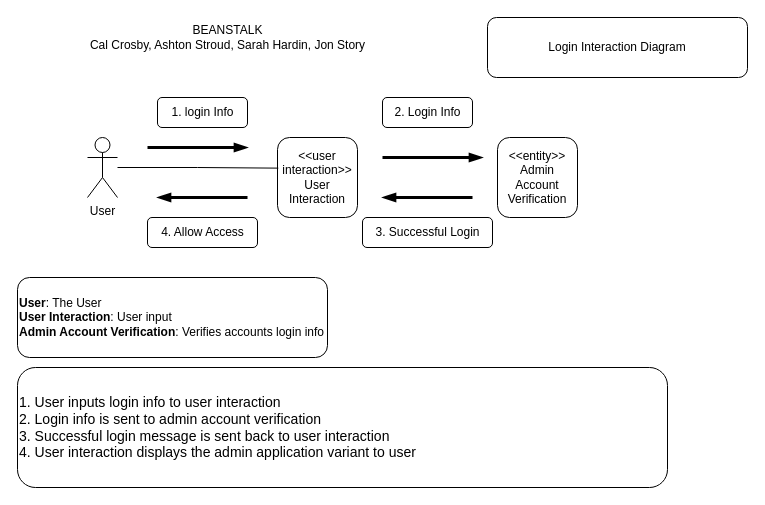
This is D5-DynamicModeling/login_admin_success.drawio from Glizzus/COMP-3700, a draw.io file, before an edit. Source tidied: cells renumbered, new cells numbered last; positions are measured from the earlier drawing's top-left corner, leaving out a move shared by most shapes. Both pictures are drawn from the tidied source at 100%, with x=0, y=0 at pixel (17, 17).
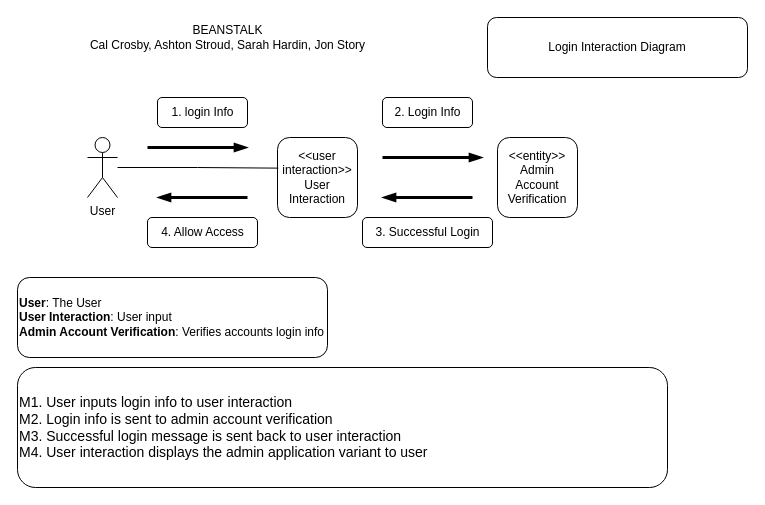
The same page after the edit.

Diff of the diagram source:
```diff
@@
-    <mxCell id="3" value="&lt;font style=&quot;font-size: 14px;&quot;&gt;1. User inputs login info to user interaction&lt;br&gt;2. Login info is sent to admin account verification&lt;br&gt;3. Successful login message is sent back to user interaction&lt;br&gt;4. User interaction displays the admin application variant to user&lt;br&gt;&lt;/font&gt;" style="rounded=1;whiteSpace=wrap;html=1;align=left;" parent="1" vertex="1">
+    <mxCell id="3" value="&lt;font style=&quot;font-size: 14px;&quot;&gt;M1. User inputs login info to user interaction&lt;br&gt;M2. Login info is sent to admin account verification&lt;br&gt;M3. Successful login message is sent back to user interaction&lt;br&gt;M4. User interaction displays the admin application variant to user&lt;br&gt;&lt;/font&gt;" style="rounded=1;whiteSpace=wrap;html=1;align=left;" parent="1" vertex="1">
       <mxGeometry y="350" width="650" height="120" as="geometry" />
     </mxCell>
```
